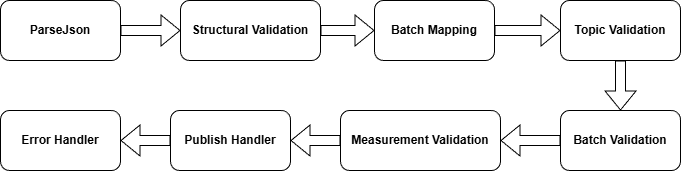
Above: docs/Ingestion/ingestion_chain.drawio.png in AlbertPerezB/CagHome (draw.io), before the change. Source tidied: cells renumbered, new cells last; positions are measured from the earlier drawing's top-left corner, leaving out a move shared by most shapes. Source of this version:
```xml
<mxGraphModel>
  <root>
    <mxCell id="0" />
    <mxCell id="1" parent="0" />
    <mxCell id="2" style="rounded=0;jettySize=auto;html=1;entryX=0;entryY=0.5;entryDx=0;entryDy=0;elbow=vertical;edgeStyle=orthogonalEdgeStyle;curved=1;shape=flexArrow;" parent="1" edge="1" source="3" target="5">
      <mxGeometry relative="1" as="geometry" />
    </mxCell>
    <mxCell id="3" value="&lt;b&gt;ParseJson&lt;/b&gt;" style="rounded=1;whiteSpace=wrap;html=1;" parent="1" vertex="1">
      <mxGeometry width="120" height="60" as="geometry" />
    </mxCell>
    <mxCell id="4" style="edgeStyle=orthogonalEdgeStyle;rounded=0;jettySize=auto;html=1;entryX=0;entryY=0.5;entryDx=0;entryDy=0;shape=flexArrow;" parent="1" edge="1" source="5" target="7">
      <mxGeometry relative="1" as="geometry" />
    </mxCell>
    <mxCell id="5" value="&lt;b&gt;Structural Validation&lt;/b&gt;" style="rounded=1;whiteSpace=wrap;html=1;fillColor=default;strokeColor=default;" parent="1" vertex="1">
      <mxGeometry x="180" width="140" height="60" as="geometry" />
    </mxCell>
    <mxCell id="6" style="edgeStyle=orthogonalEdgeStyle;shape=flexArrow;rounded=0;jettySize=auto;html=1;entryX=0;entryY=0.5;entryDx=0;entryDy=0;strokeColor=default;align=center;verticalAlign=middle;fontFamily=Helvetica;fontSize=11;fontColor=default;labelBackgroundColor=default;endArrow=classic;" parent="1" edge="1" source="7" target="9">
      <mxGeometry relative="1" as="geometry" />
    </mxCell>
    <mxCell id="7" value="&lt;b&gt;Batch Mapping&lt;/b&gt;" style="rounded=1;whiteSpace=wrap;html=1;" parent="1" vertex="1">
      <mxGeometry x="374" width="120" height="60" as="geometry" />
    </mxCell>
    <mxCell id="8" style="edgeStyle=orthogonalEdgeStyle;shape=flexArrow;rounded=0;jettySize=auto;html=1;entryX=0.5;entryY=0;entryDx=0;entryDy=0;strokeColor=default;align=center;verticalAlign=middle;fontFamily=Helvetica;fontSize=11;fontColor=default;labelBackgroundColor=default;endArrow=classic;" parent="1" edge="1" source="9" target="11">
      <mxGeometry relative="1" as="geometry" />
    </mxCell>
    <mxCell id="9" value="&lt;b&gt;Topic Validation&lt;/b&gt;" style="rounded=1;whiteSpace=wrap;html=1;" parent="1" vertex="1">
      <mxGeometry x="560" width="120" height="60" as="geometry" />
    </mxCell>
    <mxCell id="10" style="edgeStyle=orthogonalEdgeStyle;shape=flexArrow;rounded=0;jettySize=auto;html=1;entryX=1;entryY=0.5;entryDx=0;entryDy=0;strokeColor=default;align=center;verticalAlign=middle;fontFamily=Helvetica;fontSize=11;fontColor=default;labelBackgroundColor=default;endArrow=classic;" parent="1" edge="1" source="11" target="13">
      <mxGeometry relative="1" as="geometry" />
    </mxCell>
    <mxCell id="11" value="&lt;b&gt;Batch Validation&lt;/b&gt;" style="rounded=1;whiteSpace=wrap;html=1;" parent="1" vertex="1">
      <mxGeometry x="560" y="110" width="120" height="60" as="geometry" />
    </mxCell>
    <mxCell id="12" style="edgeStyle=orthogonalEdgeStyle;shape=flexArrow;rounded=0;jettySize=auto;html=1;entryX=1;entryY=0.5;entryDx=0;entryDy=0;strokeColor=default;align=center;verticalAlign=middle;fontFamily=Helvetica;fontSize=11;fontColor=default;labelBackgroundColor=default;endArrow=classic;" parent="1" edge="1" source="13" target="15">
      <mxGeometry relative="1" as="geometry" />
    </mxCell>
    <mxCell id="13" value="&lt;b&gt;Measurement Validation&lt;/b&gt;" style="rounded=1;whiteSpace=wrap;html=1;" parent="1" vertex="1">
      <mxGeometry x="340" y="110" width="160" height="60" as="geometry" />
    </mxCell>
    <mxCell id="14" style="edgeStyle=orthogonalEdgeStyle;shape=flexArrow;rounded=0;jettySize=auto;html=1;entryX=1;entryY=0.5;entryDx=0;entryDy=0;strokeColor=default;align=center;verticalAlign=middle;fontFamily=Helvetica;fontSize=11;fontColor=default;labelBackgroundColor=default;endArrow=classic;" parent="1" edge="1" source="15" target="16">
      <mxGeometry relative="1" as="geometry" />
    </mxCell>
    <mxCell id="15" value="&lt;b&gt;Publish Handler&lt;/b&gt;" style="rounded=1;whiteSpace=wrap;html=1;" parent="1" vertex="1">
      <mxGeometry x="170" y="110" width="120" height="60" as="geometry" />
    </mxCell>
    <mxCell id="16" value="&lt;b&gt;Error Handler&lt;/b&gt;" style="rounded=1;whiteSpace=wrap;html=1;" parent="1" vertex="1">
      <mxGeometry y="110" width="120" height="60" as="geometry" />
    </mxCell>
  </root>
</mxGraphModel>
```
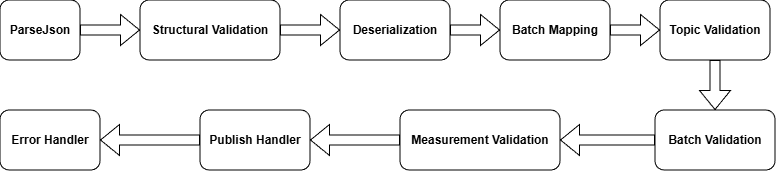
The same diagram one commit later.

The edit, as a diff of the source:
```diff
@@ -6,9 +6,9 @@
       <mxGeometry relative="1" as="geometry" />
     </mxCell>
     <mxCell id="3" value="&lt;b&gt;ParseJson&lt;/b&gt;" style="rounded=1;whiteSpace=wrap;html=1;" parent="1" vertex="1">
-      <mxGeometry width="120" height="60" as="geometry" />
+      <mxGeometry x="40" width="80" height="60" as="geometry" />
     </mxCell>
-    <mxCell id="4" style="edgeStyle=orthogonalEdgeStyle;rounded=0;jettySize=auto;html=1;entryX=0;entryY=0.5;entryDx=0;entryDy=0;shape=flexArrow;" parent="1" edge="1" source="5" target="7">
+    <mxCell id="4" style="edgeStyle=orthogonalEdgeStyle;rounded=0;jettySize=auto;html=1;entryX=0;entryY=0.5;entryDx=0;entryDy=0;shape=flexArrow;" parent="1" edge="1" source="5" target="18">
       <mxGeometry relative="1" as="geometry" />
     </mxCell>
     <mxCell id="5" value="&lt;b&gt;Structural Validation&lt;/b&gt;" style="rounded=1;whiteSpace=wrap;html=1;fillColor=default;strokeColor=default;" parent="1" vertex="1">
@@ -18,34 +18,45 @@
       <mxGeometry relative="1" as="geometry" />
     </mxCell>
     <mxCell id="7" value="&lt;b&gt;Batch Mapping&lt;/b&gt;" style="rounded=1;whiteSpace=wrap;html=1;" parent="1" vertex="1">
-      <mxGeometry x="374" width="120" height="60" as="geometry" />
+      <mxGeometry x="540" width="110" height="60" as="geometry" />
     </mxCell>
     <mxCell id="8" style="edgeStyle=orthogonalEdgeStyle;shape=flexArrow;rounded=0;jettySize=auto;html=1;entryX=0.5;entryY=0;entryDx=0;entryDy=0;strokeColor=default;align=center;verticalAlign=middle;fontFamily=Helvetica;fontSize=11;fontColor=default;labelBackgroundColor=default;endArrow=classic;" parent="1" edge="1" source="9" target="11">
       <mxGeometry relative="1" as="geometry" />
     </mxCell>
     <mxCell id="9" value="&lt;b&gt;Topic Validation&lt;/b&gt;" style="rounded=1;whiteSpace=wrap;html=1;" parent="1" vertex="1">
-      <mxGeometry x="560" width="120" height="60" as="geometry" />
+      <mxGeometry x="700" width="110" height="60" as="geometry" />
     </mxCell>
     <mxCell id="10" style="edgeStyle=orthogonalEdgeStyle;shape=flexArrow;rounded=0;jettySize=auto;html=1;entryX=1;entryY=0.5;entryDx=0;entryDy=0;strokeColor=default;align=center;verticalAlign=middle;fontFamily=Helvetica;fontSize=11;fontColor=default;labelBackgroundColor=default;endArrow=classic;" parent="1" edge="1" source="11" target="13">
       <mxGeometry relative="1" as="geometry" />
     </mxCell>
     <mxCell id="11" value="&lt;b&gt;Batch Validation&lt;/b&gt;" style="rounded=1;whiteSpace=wrap;html=1;" parent="1" vertex="1">
-      <mxGeometry x="560" y="110" width="120" height="60" as="geometry" />
+      <mxGeometry x="695" y="110" width="120" height="60" as="geometry" />
     </mxCell>
-    <mxCell id="12" style="edgeStyle=orthogonalEdgeStyle;shape=flexArrow;rounded=0;jettySize=auto;html=1;entryX=1;entryY=0.5;entryDx=0;entryDy=0;strokeColor=default;align=center;verticalAlign=middle;fontFamily=Helvetica;fontSize=11;fontColor=default;labelBackgroundColor=default;endArrow=classic;" parent="1" edge="1" source="13" target="15">
-      <mxGeometry relative="1" as="geometry" />
+    <mxCell id="12" style="edgeStyle=orthogonalEdgeStyle;shape=flexArrow;rounded=0;jettySize=auto;html=1;strokeColor=default;align=center;verticalAlign=middle;fontFamily=Helvetica;fontSize=11;fontColor=default;labelBackgroundColor=default;endArrow=classic;entryX=1;entryY=0.5;entryDx=0;entryDy=0;exitX=0;exitY=0.5;exitDx=0;exitDy=0;" parent="1" edge="1" source="13" target="15">
+      <mxGeometry relative="1" as="geometry">
+        <Array as="points">
+          <mxPoint x="430" y="140" />
+          <mxPoint x="430" y="140" />
+        </Array>
+      </mxGeometry>
     </mxCell>
     <mxCell id="13" value="&lt;b&gt;Measurement Validation&lt;/b&gt;" style="rounded=1;whiteSpace=wrap;html=1;" parent="1" vertex="1">
-      <mxGeometry x="340" y="110" width="160" height="60" as="geometry" />
+      <mxGeometry x="440" y="110" width="160" height="60" as="geometry" />
     </mxCell>
     <mxCell id="14" style="edgeStyle=orthogonalEdgeStyle;shape=flexArrow;rounded=0;jettySize=auto;html=1;entryX=1;entryY=0.5;entryDx=0;entryDy=0;strokeColor=default;align=center;verticalAlign=middle;fontFamily=Helvetica;fontSize=11;fontColor=default;labelBackgroundColor=default;endArrow=classic;" parent="1" edge="1" source="15" target="16">
       <mxGeometry relative="1" as="geometry" />
     </mxCell>
     <mxCell id="15" value="&lt;b&gt;Publish Handler&lt;/b&gt;" style="rounded=1;whiteSpace=wrap;html=1;" parent="1" vertex="1">
-      <mxGeometry x="170" y="110" width="120" height="60" as="geometry" />
+      <mxGeometry x="240" y="110" width="110" height="60" as="geometry" />
     </mxCell>
     <mxCell id="16" value="&lt;b&gt;Error Handler&lt;/b&gt;" style="rounded=1;whiteSpace=wrap;html=1;" parent="1" vertex="1">
-      <mxGeometry y="110" width="120" height="60" as="geometry" />
+      <mxGeometry x="40" y="110" width="100" height="60" as="geometry" />
     </mxCell>
+    <mxCell id="17" style="edgeStyle=orthogonalEdgeStyle;rounded=0;jettySize=auto;html=1;entryX=0;entryY=0.5;entryDx=0;entryDy=0;shape=flexArrow;" parent="1" edge="1" source="18" target="7">
+      <mxGeometry relative="1" as="geometry" />
+    </mxCell>
+    <mxCell id="18" value="&lt;b&gt;Deserialization&lt;/b&gt;" style="rounded=1;whiteSpace=wrap;html=1;" parent="1" vertex="1">
+      <mxGeometry x="380" width="110" height="60" as="geometry" />
+    </mxCell>
   </root>
 </mxGraphModel>
```
